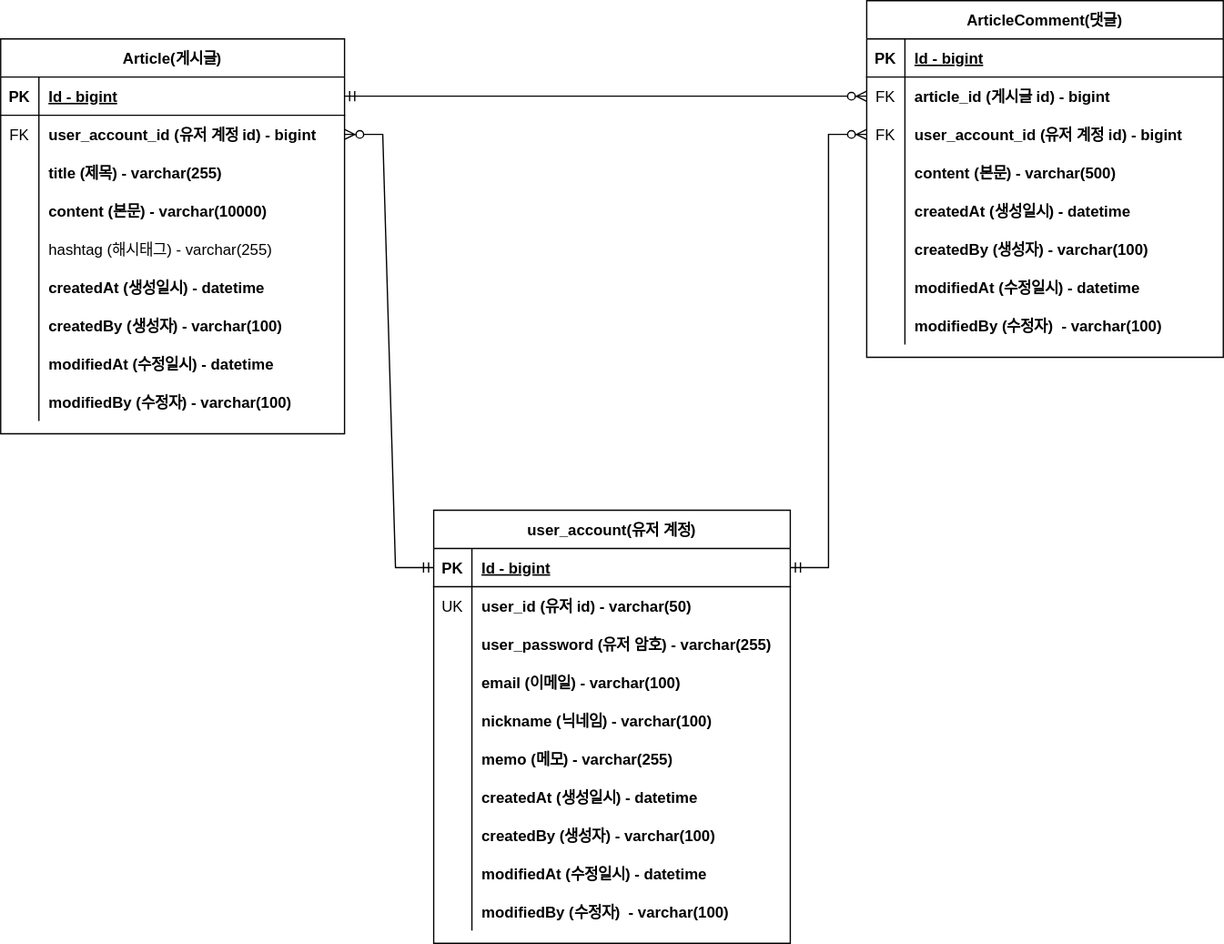
Above: document/project-board-erd.svg in oyoungsun/fastcampus-project-board-1 (draw.io), before the change. Source tidied: cells renumbered, new cells last; positions are measured from the earlier drawing's top-left corner, leaving out a move shared by most shapes.
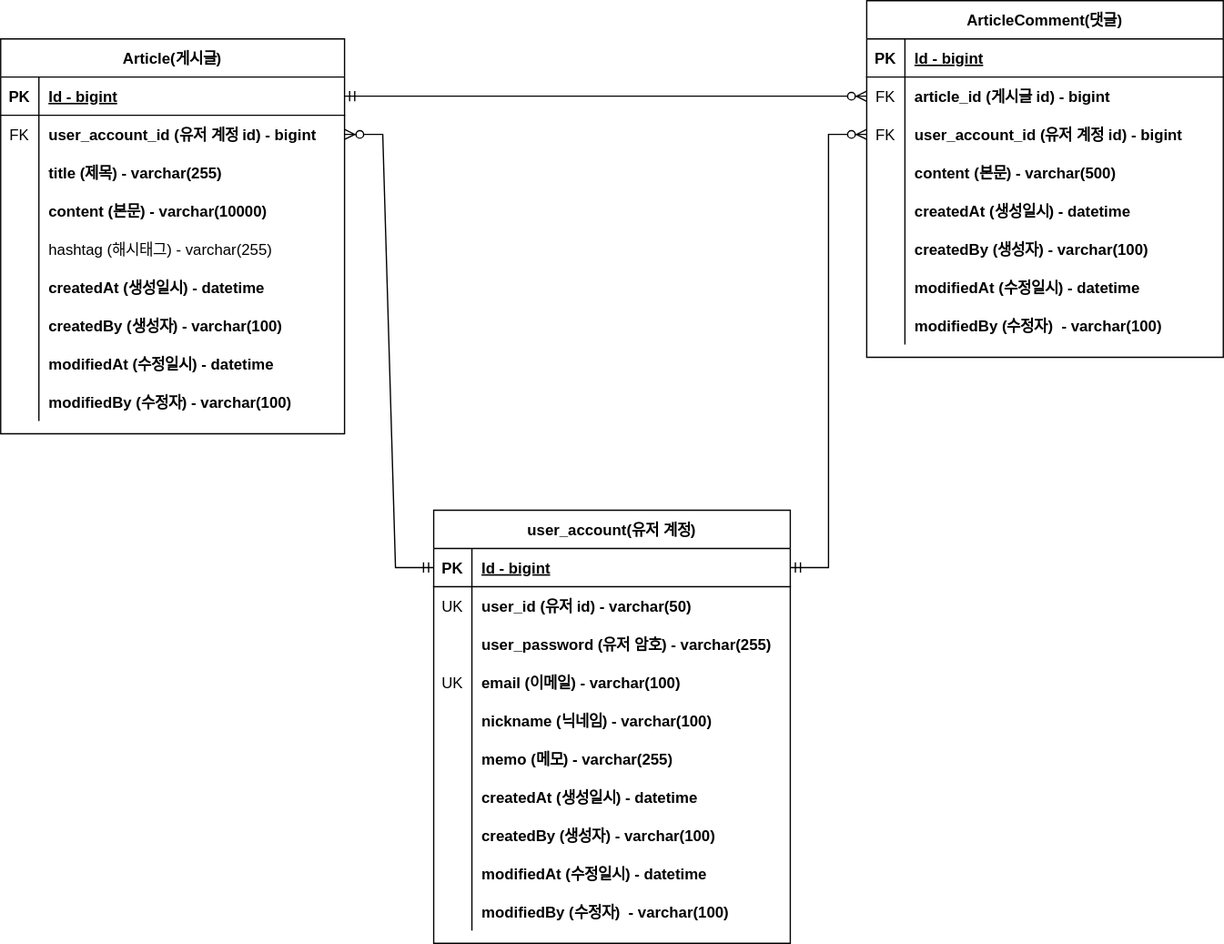
The same diagram one commit later.

What changed in the source:
```diff
@@ -197,7 +197,7 @@
     <mxCell id="66" style="shape=tableRow;horizontal=0;startSize=0;swimlaneHead=0;swimlaneBody=0;fillColor=none;top=0;left=0;right=0;bottom=0;" parent="56" vertex="1">
       <mxGeometry y="120" width="280" height="30" as="geometry" />
     </mxCell>
-    <mxCell id="67" style="shape=partialRectangle;fillColor=none;top=0;left=0;bottom=0;right=0;overflow=hidden;" parent="66" vertex="1">
+    <mxCell id="67" value="UK" style="shape=partialRectangle;fillColor=none;top=0;left=0;bottom=0;right=0;overflow=hidden;" parent="66" vertex="1">
       <mxGeometry width="30" height="30" as="geometry" />
     </mxCell>
     <mxCell id="68" value="email (이메일) - varchar(100)" style="shape=partialRectangle;fillColor=none;top=0;left=0;bottom=0;right=0;align=left;spacingLeft=6;overflow=hidden;fontStyle=1;" parent="66" vertex="1">
```
